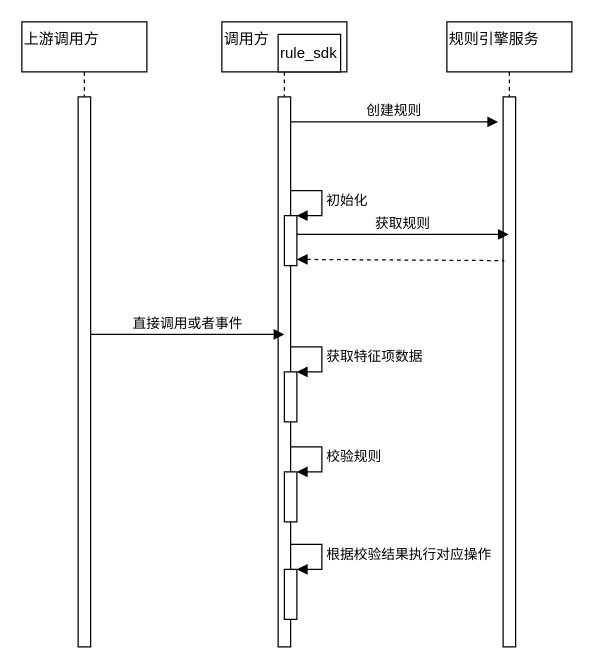
carlonelong/pics keeps this draw.io diagram as rule_engine.drawio. Above is the earlier version. Source tidied: cells renumbered, new cells numbered last; positions are measured from the earlier drawing's top-left corner, leaving out a move shared by most shapes. Both pictures are drawn from the tidied source at 125%, with x=0, y=0 at pixel (21, 21).
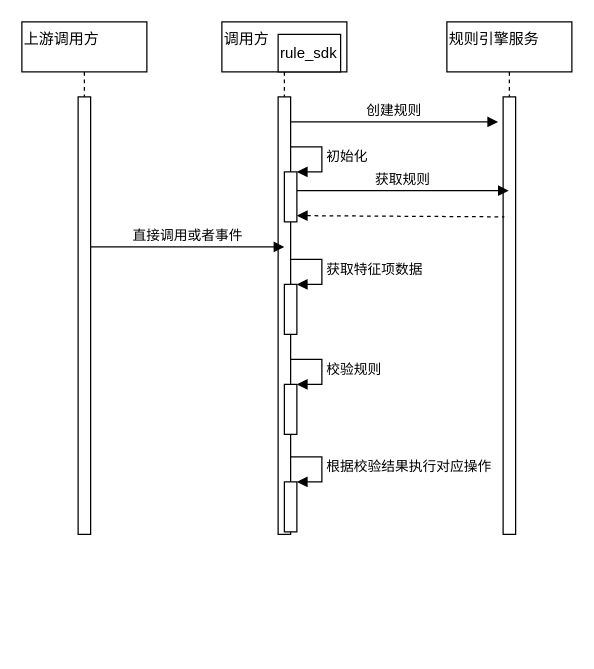
The same page after the edit.

What changed in the source:
```diff
@@
     <mxCell id="2" value="调用方" style="shape=umlLifeline;perimeter=lifelinePerimeter;rounded=0;shadow=0;strokeWidth=1;align=left;verticalAlign=top;" parent="1" vertex="1">
-      <mxGeometry x="160" width="100" height="500" as="geometry" />
+      <mxGeometry x="160" width="100" height="410" as="geometry" />
     </mxCell>
     <mxCell id="3" style="points=[];perimeter=orthogonalPerimeter;rounded=0;shadow=0;strokeWidth=1;" parent="2" vertex="1">
-      <mxGeometry x="45" y="60" width="10" height="440" as="geometry" />
+      <mxGeometry x="45" y="60" width="10" height="350" as="geometry" />
     </mxCell>
@@
     <mxCell id="5" value="初始化" style="edgeStyle=orthogonalEdgeStyle;html=1;align=left;spacingLeft=2;endArrow=block;rounded=0;entryX=1;entryY=0;" parent="2" edge="1" target="6">
       <mxGeometry relative="1" as="geometry">
-        <mxPoint x="55" y="135" as="sourcePoint" />
+        <mxPoint x="55" y="100" as="sourcePoint" />
         <Array as="points">
-          <mxPoint x="80" y="135" />
+          <mxPoint x="80" y="100" />
         </Array>
       </mxGeometry>
     </mxCell>
     <mxCell id="6" style="html=1;points=[];perimeter=orthogonalPerimeter;align=left;" parent="2" vertex="1">
-      <mxGeometry x="50" y="155" width="10" height="40" as="geometry" />
+      <mxGeometry x="50" y="120" width="10" height="40" as="geometry" />
     </mxCell>
     <mxCell id="7" style="html=1;points=[];perimeter=orthogonalPerimeter;align=left;" parent="2" vertex="1">
-      <mxGeometry x="50" y="280" width="10" height="40" as="geometry" />
+      <mxGeometry x="50" y="210" width="10" height="40" as="geometry" />
     </mxCell>
     <mxCell id="8" value="获取特征项数据" style="edgeStyle=orthogonalEdgeStyle;html=1;align=left;spacingLeft=2;endArrow=block;rounded=0;entryX=1;entryY=0;" parent="2" edge="1" target="7">
       <mxGeometry relative="1" as="geometry">
-        <mxPoint x="55" y="260" as="sourcePoint" />
+        <mxPoint x="55" y="190" as="sourcePoint" />
         <Array as="points">
-          <mxPoint x="80" y="260" />
+          <mxPoint x="80" y="190" />
         </Array>
       </mxGeometry>
     </mxCell>
     <mxCell id="9" style="html=1;points=[];perimeter=orthogonalPerimeter;align=left;" parent="2" vertex="1">
-      <mxGeometry x="50" y="360" width="10" height="40" as="geometry" />
+      <mxGeometry x="50" y="290" width="10" height="40" as="geometry" />
     </mxCell>
     <mxCell id="10" value="校验规则" style="edgeStyle=orthogonalEdgeStyle;html=1;align=left;spacingLeft=2;endArrow=block;rounded=0;entryX=1;entryY=0;" parent="2" edge="1" target="9">
       <mxGeometry relative="1" as="geometry">
-        <mxPoint x="55" y="340" as="sourcePoint" />
+        <mxPoint x="55" y="270" as="sourcePoint" />
         <Array as="points">
-          <mxPoint x="80" y="340" />
+          <mxPoint x="80" y="270" />
         </Array>
       </mxGeometry>
     </mxCell>
     <mxCell id="11" style="html=1;points=[];perimeter=orthogonalPerimeter;align=left;" parent="2" vertex="1">
-      <mxGeometry x="50" y="438" width="10" height="40" as="geometry" />
+      <mxGeometry x="50" y="368" width="10" height="40" as="geometry" />
     </mxCell>
     <mxCell id="12" value="根据校验结果执行对应操作" style="edgeStyle=orthogonalEdgeStyle;html=1;align=left;spacingLeft=2;endArrow=block;rounded=0;entryX=1;entryY=0;" parent="2" edge="1" target="11">
       <mxGeometry relative="1" as="geometry">
-        <mxPoint x="55" y="418" as="sourcePoint" />
+        <mxPoint x="55" y="348" as="sourcePoint" />
         <Array as="points">
-          <mxPoint x="80" y="418" />
+          <mxPoint x="80" y="348" />
         </Array>
       </mxGeometry>
     </mxCell>
     <mxCell id="13" value="规则引擎服务" style="shape=umlLifeline;perimeter=lifelinePerimeter;rounded=0;shadow=0;strokeWidth=1;align=left;verticalAlign=top;" parent="1" vertex="1">
-      <mxGeometry x="340" width="100" height="500" as="geometry" />
+      <mxGeometry x="340" width="100" height="410" as="geometry" />
     </mxCell>
     <mxCell id="14" style="perimeter=orthogonalPerimeter;rounded=0;shadow=0;strokeWidth=1;" parent="13" vertex="1">
-      <mxGeometry x="45" y="60" width="10" height="440" as="geometry" />
+      <mxGeometry x="45" y="60" width="10" height="350" as="geometry" />
     </mxCell>
@@
-    <mxCell id="16" value="获取规则" style="verticalAlign=bottom;endArrow=block;shadow=0;strokeWidth=1;" parent="1" edge="1" target="13">
+    <mxCell id="16" value="获取规则" style="verticalAlign=bottom;endArrow=block;shadow=0;strokeWidth=1;" parent="1" edge="1">
       <mxGeometry relative="1" as="geometry">
-        <mxPoint x="220" y="170" as="sourcePoint" />
+        <mxPoint x="220" y="135" as="sourcePoint" />
+        <mxPoint x="389.5" y="135" as="targetPoint" />
       </mxGeometry>
     </mxCell>
     <mxCell id="17" value="上游调用方" style="shape=umlLifeline;perimeter=lifelinePerimeter;rounded=0;shadow=0;strokeWidth=1;align=left;verticalAlign=top;" parent="1" vertex="1">
-      <mxGeometry width="100" height="500" as="geometry" />
+      <mxGeometry width="100" height="410" as="geometry" />
     </mxCell>
     <mxCell id="18" style="perimeter=orthogonalPerimeter;rounded=0;shadow=0;strokeWidth=1;" parent="17" vertex="1">
-      <mxGeometry x="45" y="60" width="10" height="440" as="geometry" />
+      <mxGeometry x="45" y="60" width="10" height="350" as="geometry" />
     </mxCell>
     <mxCell id="19" value="直接调用或者事件" style="verticalAlign=bottom;endArrow=block;shadow=0;strokeWidth=1;" parent="1" edge="1">
       <mxGeometry relative="1" as="geometry">
-        <mxPoint x="55" y="250" as="sourcePoint" />
-        <mxPoint x="210" y="250" as="targetPoint" />
+        <mxPoint x="55" y="180" as="sourcePoint" />
+        <mxPoint x="210" y="180" as="targetPoint" />
       </mxGeometry>
     </mxCell>
     <mxCell id="20" style="verticalAlign=bottom;endArrow=none;shadow=0;strokeWidth=1;dashed=1;startArrow=block;startFill=1;endFill=0;entryX=0.1;entryY=0.525;entryDx=0;entryDy=0;entryPerimeter=0;" parent="1" edge="1">
       <mxGeometry relative="1" as="geometry">
-        <mxPoint x="220" y="190" as="sourcePoint" />
-        <mxPoint x="386" y="191" as="targetPoint" />
+        <mxPoint x="220" y="155" as="sourcePoint" />
+        <mxPoint x="386" y="156" as="targetPoint" />
       </mxGeometry>
     </mxCell>
```
